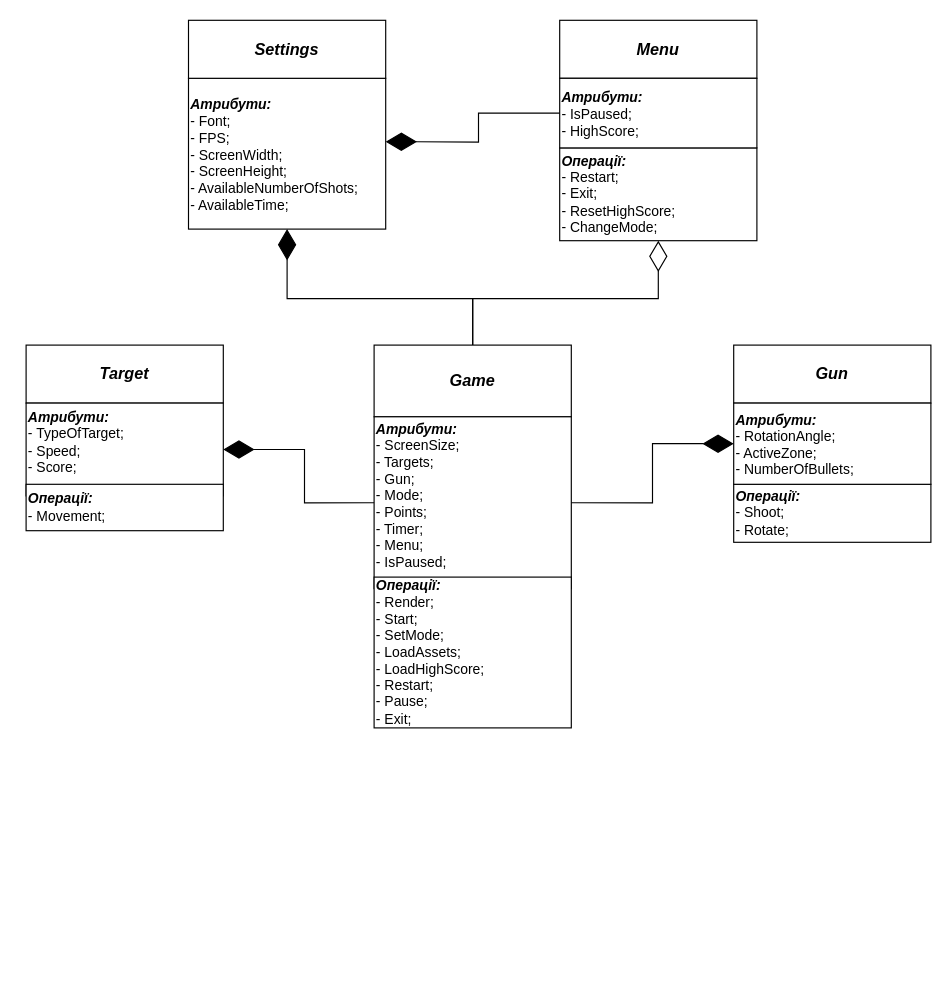
The draw.io diagram class-diagram.drawio in hqshe/DuckHunt_Diagrams, before the edit. Source tidied: cells renumbered, new cells numbered last; positions are measured from the earlier drawing's top-left corner, leaving out a move shared by most shapes. Both pictures are drawn from the tidied source at 116%, with x=0, y=0 at pixel (26, 20).
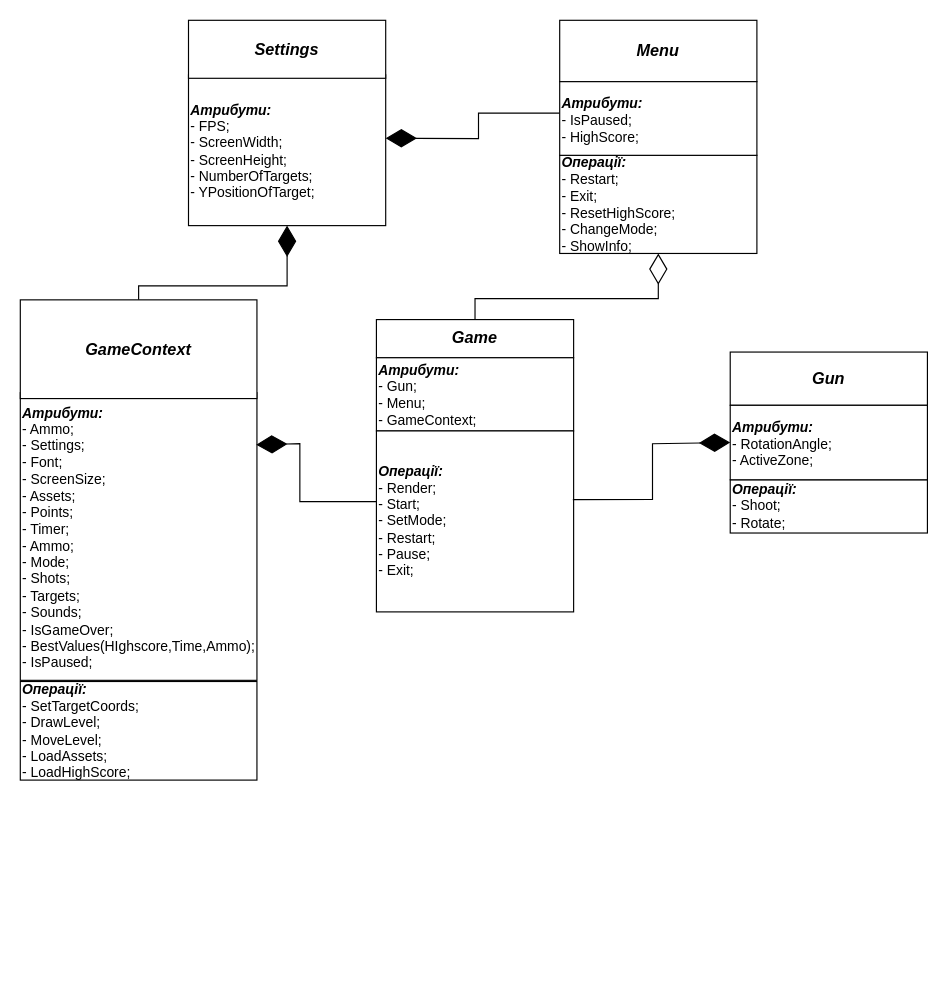
The same page after the edit.

The change refers to these unchanged cells:
```xml
<mxCell id="20" style="group;" parent="1" vertex="1">
  <mxGeometry x="140" width="170" height="200" as="geometry" />
</mxCell>
```

Diff of the diagram source:
```diff
@@
-    <mxCell id="2" style="group;" parent="1" vertex="1">
-      <mxGeometry y="280" width="170" height="160" as="geometry" />
-    </mxCell>
-    <mxCell id="3" style="group;" parent="2" vertex="1">
-      <mxGeometry width="170" height="140" as="geometry" />
-    </mxCell>
-    <mxCell id="4" value="&lt;i&gt;&lt;b&gt;&lt;font style=&quot;font-size: 14px;&quot;&gt;Target&lt;/font&gt;&lt;/b&gt;&lt;/i&gt;" style="rounded=0;whiteSpace=wrap;html=1;" parent="3" vertex="1">
-      <mxGeometry width="170" height="50" as="geometry" />
-    </mxCell>
-    <mxCell id="5" value="&lt;div style=&quot;&quot;&gt;&lt;b style=&quot;background-color: initial; font-style: italic;&quot;&gt;&lt;br&gt;&lt;/b&gt;&lt;/div&gt;&lt;div style=&quot;&quot;&gt;&lt;b style=&quot;background-color: initial; font-style: italic;&quot;&gt;Атрибути:&lt;/b&gt;&lt;/div&gt;&lt;div style=&quot;&quot;&gt;&lt;span style=&quot;background-color: initial;&quot;&gt;-&amp;nbsp;&lt;/span&gt;&lt;font style=&quot;background-color: initial;&quot;&gt;&lt;span style=&quot;text-indent: -25.2pt; background-color: initial;&quot;&gt;TypeOfTarget&lt;/span&gt;&lt;span style=&quot;text-indent: -25.2pt; background-color: initial;&quot; lang=&quot;EN-US&quot;&gt;;&lt;/span&gt;&lt;/font&gt;&lt;/div&gt;&lt;font style=&quot;font-size: 12px;&quot;&gt;&lt;div style=&quot;&quot;&gt;&lt;span style=&quot;background-color: initial; text-indent: -25.2pt;&quot;&gt;- Speed;&lt;/span&gt;&lt;/div&gt;&lt;div style=&quot;&quot;&gt;&lt;span style=&quot;background-color: initial; text-indent: -25.2pt;&quot;&gt;- Score;&lt;/span&gt;&lt;/div&gt;&lt;div style=&quot;&quot;&gt;&lt;span style=&quot;background-color: initial; text-indent: -25.2pt;&quot;&gt;&lt;br&gt;&lt;/span&gt;&lt;/div&gt;&lt;/font&gt;&lt;p class=&quot;MsoListParagraph&quot;&gt;&lt;/p&gt;" style="rounded=0;whiteSpace=wrap;html=1;align=left;" parent="3" vertex="1">
-      <mxGeometry y="50" width="170" height="80" as="geometry" />
-    </mxCell>
-    <mxCell id="6" value="&lt;i style=&quot;font-weight: bold;&quot;&gt;Операції:&lt;/i&gt;&lt;br&gt;- Movement;" style="rounded=0;whiteSpace=wrap;html=1;align=left;" parent="2" vertex="1">
-      <mxGeometry y="120" width="170" height="40" as="geometry" />
-    </mxCell>
     <mxCell id="7" style="group;" parent="1" vertex="1">
-      <mxGeometry x="610" y="280" width="170" height="170" as="geometry" />
+      <mxGeometry x="607" y="286" width="170" height="156" as="geometry" />
     </mxCell>
     <mxCell id="8" value="&lt;i style=&quot;font-weight: bold;&quot;&gt;Операції:&lt;/i&gt;&lt;br&gt;- Shoot;&lt;br&gt;- Rotate;" style="rounded=0;whiteSpace=wrap;html=1;align=left;" parent="7" vertex="1">
-      <mxGeometry y="120" width="170" height="50" as="geometry" />
+      <mxGeometry y="110.1" width="170" height="45.9" as="geometry" />
     </mxCell>
     <mxCell id="9" value="&lt;span style=&quot;font-size: 14px;&quot;&gt;&lt;b&gt;&lt;i&gt;Gun&lt;/i&gt;&lt;/b&gt;&lt;/span&gt;" style="rounded=0;whiteSpace=wrap;html=1;" parent="7" vertex="1">
-      <mxGeometry width="170" height="50" as="geometry" />
+      <mxGeometry width="170" height="45.9" as="geometry" />
     </mxCell>
-    <mxCell id="10" value="&lt;div style=&quot;&quot;&gt;&lt;b style=&quot;background-color: initial; font-style: italic;&quot;&gt;&lt;br&gt;&lt;/b&gt;&lt;/div&gt;&lt;div style=&quot;&quot;&gt;&lt;b style=&quot;background-color: initial; font-style: italic;&quot;&gt;Атрибути:&lt;/b&gt;&lt;/div&gt;&lt;div style=&quot;&quot;&gt;&lt;span style=&quot;background-color: initial;&quot;&gt;-&amp;nbsp;&lt;/span&gt;&lt;font style=&quot;background-color: initial;&quot;&gt;&lt;span style=&quot;text-indent: -25.2pt; background-color: initial;&quot;&gt;RotationAngle&lt;/span&gt;&lt;span style=&quot;text-indent: -25.2pt; background-color: initial;&quot; lang=&quot;EN-US&quot;&gt;;&lt;/span&gt;&lt;/font&gt;&lt;/div&gt;&lt;font style=&quot;font-size: 12px;&quot;&gt;&lt;div style=&quot;&quot;&gt;&lt;span style=&quot;background-color: initial; text-indent: -25.2pt;&quot;&gt;- ActiveZone;&lt;/span&gt;&lt;/div&gt;&lt;div style=&quot;&quot;&gt;&lt;span style=&quot;background-color: initial; text-indent: -25.2pt;&quot;&gt;- NumberOfBullets;&lt;/span&gt;&lt;/div&gt;&lt;/font&gt;&lt;p class=&quot;MsoListParagraph&quot;&gt;&lt;/p&gt;" style="rounded=0;whiteSpace=wrap;html=1;align=left;" parent="7" vertex="1">
-      <mxGeometry y="50" width="170" height="70" as="geometry" />
+    <mxCell id="10" value="&lt;div style=&quot;&quot;&gt;&lt;b style=&quot;background-color: initial; font-style: italic;&quot;&gt;&lt;br&gt;&lt;/b&gt;&lt;/div&gt;&lt;div style=&quot;&quot;&gt;&lt;b style=&quot;background-color: initial; font-style: italic;&quot;&gt;Атрибути:&lt;/b&gt;&lt;/div&gt;&lt;div style=&quot;&quot;&gt;&lt;span style=&quot;background-color: initial;&quot;&gt;-&amp;nbsp;&lt;/span&gt;&lt;font style=&quot;background-color: initial;&quot;&gt;&lt;span style=&quot;text-indent: -25.2pt; background-color: initial;&quot;&gt;RotationAngle&lt;/span&gt;&lt;span style=&quot;text-indent: -25.2pt; background-color: initial;&quot; lang=&quot;EN-US&quot;&gt;;&lt;/span&gt;&lt;/font&gt;&lt;/div&gt;&lt;font style=&quot;font-size: 12px;&quot;&gt;&lt;div style=&quot;&quot;&gt;&lt;span style=&quot;background-color: initial; text-indent: -25.2pt;&quot;&gt;- ActiveZone;&lt;/span&gt;&lt;/div&gt;&lt;/font&gt;&lt;p class=&quot;MsoListParagraph&quot;&gt;&lt;/p&gt;" style="rounded=0;whiteSpace=wrap;html=1;align=left;" parent="7" vertex="1">
+      <mxGeometry y="45.9" width="170" height="64.2" as="geometry" />
     </mxCell>
     <mxCell id="11" style="group;" parent="1" vertex="1">
-      <mxGeometry x="460" width="170" height="190" as="geometry" />
+      <mxGeometry x="460" width="170" height="201" as="geometry" />
     </mxCell>
-    <mxCell id="12" value="&lt;i style=&quot;font-weight: bold;&quot;&gt;Операції:&lt;/i&gt;&lt;br&gt;- Restart;&lt;br&gt;- Exit;&lt;br&gt;- ResetHighScore;&lt;br&gt;- ChangeMode;" style="rounded=0;whiteSpace=wrap;html=1;align=left;" parent="11" vertex="1">
-      <mxGeometry y="110" width="170" height="80" as="geometry" />
+    <mxCell id="12" value="&lt;i style=&quot;font-weight: bold;&quot;&gt;Операції:&lt;/i&gt;&lt;br&gt;- Restart;&lt;br&gt;- Exit;&lt;br&gt;- ResetHighScore;&lt;br&gt;- ChangeMode;&lt;div&gt;- ShowInfo;&lt;/div&gt;" style="rounded=0;whiteSpace=wrap;html=1;align=left;" parent="11" vertex="1">
+      <mxGeometry y="116.4" width="170" height="84.6" as="geometry" />
     </mxCell>
     <mxCell id="13" value="&lt;span style=&quot;font-size: 14px;&quot;&gt;&lt;b&gt;&lt;i&gt;Menu&lt;/i&gt;&lt;/b&gt;&lt;/span&gt;" style="rounded=0;whiteSpace=wrap;html=1;" parent="11" vertex="1">
-      <mxGeometry width="170" height="50" as="geometry" />
+      <mxGeometry width="170" height="52.9" as="geometry" />
     </mxCell>
     <mxCell id="14" value="&lt;div style=&quot;&quot;&gt;&lt;b style=&quot;background-color: initial; font-style: italic;&quot;&gt;&lt;br&gt;&lt;/b&gt;&lt;/div&gt;&lt;div style=&quot;&quot;&gt;&lt;b style=&quot;background-color: initial; font-style: italic;&quot;&gt;Атрибути:&lt;/b&gt;&lt;/div&gt;&lt;div style=&quot;&quot;&gt;&lt;span style=&quot;background-color: initial;&quot;&gt;- IsPaused&lt;/span&gt;&lt;font style=&quot;background-color: initial;&quot;&gt;&lt;span style=&quot;text-indent: -25.2pt; background-color: initial;&quot; lang=&quot;EN-US&quot;&gt;;&lt;/span&gt;&lt;/font&gt;&lt;/div&gt;&lt;font style=&quot;font-size: 12px;&quot;&gt;&lt;div style=&quot;&quot;&gt;&lt;span style=&quot;background-color: initial; text-indent: -25.2pt;&quot;&gt;- HighScore;&lt;/span&gt;&lt;/div&gt;&lt;/font&gt;&lt;p class=&quot;MsoListParagraph&quot;&gt;&lt;/p&gt;" style="rounded=0;whiteSpace=wrap;html=1;align=left;" parent="11" vertex="1">
-      <mxGeometry y="50" width="170" height="60" as="geometry" />
+      <mxGeometry y="52.9" width="170" height="63.5" as="geometry" />
     </mxCell>
     <mxCell id="15" style="group;" parent="1" vertex="1">
-      <mxGeometry x="300" y="280" width="170" height="330" as="geometry" />
+      <mxGeometry x="302" y="258" width="170" height="252" as="geometry" />
     </mxCell>
     <mxCell id="16" style="group;" parent="15" vertex="1">
-      <mxGeometry width="170" height="210" as="geometry" />
+      <mxGeometry width="170" height="116" as="geometry" />
     </mxCell>
     <mxCell id="17" value="&lt;span style=&quot;font-size: 14px;&quot;&gt;&lt;b&gt;&lt;i&gt;Game&lt;/i&gt;&lt;/b&gt;&lt;/span&gt;" style="rounded=0;whiteSpace=wrap;html=1;" parent="16" vertex="1">
-      <mxGeometry width="170" height="61.8" as="geometry" />
+      <mxGeometry width="170" height="32.9" as="geometry" />
     </mxCell>
-    <mxCell id="18" value="&lt;div style=&quot;&quot;&gt;&lt;b style=&quot;background-color: initial; font-style: italic;&quot;&gt;&lt;br&gt;&lt;/b&gt;&lt;/div&gt;&lt;div style=&quot;&quot;&gt;&lt;b style=&quot;background-color: initial; font-style: italic;&quot;&gt;Атрибути:&lt;/b&gt;&lt;/div&gt;&lt;div style=&quot;&quot;&gt;&lt;span style=&quot;background-color: initial;&quot;&gt;- ScreenSize;&lt;/span&gt;&lt;/div&gt;&lt;div style=&quot;&quot;&gt;&lt;span style=&quot;background-color: initial;&quot;&gt;- Targets&lt;/span&gt;&lt;font style=&quot;background-color: initial;&quot;&gt;&lt;span style=&quot;text-indent: -25.2pt; background-color: initial;&quot; lang=&quot;EN-US&quot;&gt;;&lt;/span&gt;&lt;/font&gt;&lt;/div&gt;&lt;font style=&quot;font-size: 12px;&quot;&gt;&lt;div style=&quot;&quot;&gt;&lt;span style=&quot;background-color: initial; text-indent: -25.2pt;&quot;&gt;- Gun;&lt;/span&gt;&lt;/div&gt;&lt;div style=&quot;&quot;&gt;&lt;span style=&quot;background-color: initial; text-indent: -25.2pt;&quot;&gt;- Mode;&lt;/span&gt;&lt;/div&gt;&lt;div style=&quot;&quot;&gt;&lt;span style=&quot;background-color: initial; text-indent: -25.2pt;&quot;&gt;- Points;&lt;/span&gt;&lt;/div&gt;&lt;div style=&quot;&quot;&gt;&lt;span style=&quot;background-color: initial; text-indent: -25.2pt;&quot;&gt;- Timer;&lt;/span&gt;&lt;/div&gt;&lt;div style=&quot;&quot;&gt;&lt;span style=&quot;background-color: initial; text-indent: -25.2pt;&quot;&gt;- Menu;&lt;/span&gt;&lt;/div&gt;&lt;div style=&quot;&quot;&gt;&lt;span style=&quot;background-color: initial; text-indent: -25.2pt;&quot;&gt;- IsPaused;&lt;/span&gt;&lt;br&gt;&lt;/div&gt;&lt;div style=&quot;&quot;&gt;&lt;span style=&quot;background-color: initial; text-indent: -25.2pt;&quot;&gt;&lt;br&gt;&lt;/span&gt;&lt;/div&gt;&lt;/font&gt;&lt;p class=&quot;MsoListParagraph&quot;&gt;&lt;/p&gt;" style="rounded=0;whiteSpace=wrap;html=1;align=left;" parent="16" vertex="1">
-      <mxGeometry y="61.8" width="170" height="148.2" as="geometry" />
+    <mxCell id="18" value="&lt;div style=&quot;&quot;&gt;&lt;b style=&quot;background-color: initial; font-style: italic;&quot;&gt;&lt;br&gt;&lt;/b&gt;&lt;/div&gt;&lt;div style=&quot;&quot;&gt;&lt;b style=&quot;background-color: initial; font-style: italic;&quot;&gt;Атрибути:&lt;/b&gt;&lt;/div&gt;&lt;font style=&quot;font-size: 12px;&quot;&gt;&lt;div style=&quot;&quot;&gt;&lt;span style=&quot;background-color: initial; text-indent: -25.2pt;&quot;&gt;- Gun;&lt;/span&gt;&lt;/div&gt;&lt;div style=&quot;&quot;&gt;&lt;span style=&quot;background-color: initial; text-indent: -25.2pt;&quot;&gt;- Menu;&lt;/span&gt;&lt;/div&gt;&lt;div style=&quot;&quot;&gt;&lt;span style=&quot;background-color: initial; text-indent: -25.2pt;&quot;&gt;- GameContext;&lt;/span&gt;&lt;/div&gt;&lt;/font&gt;&lt;p class=&quot;MsoListParagraph&quot;&gt;&lt;/p&gt;" style="rounded=0;whiteSpace=wrap;html=1;align=left;" parent="16" vertex="1">
+      <mxGeometry y="32.9" width="170" height="63.1" as="geometry" />
     </mxCell>
-    <mxCell id="19" value="&lt;i style=&quot;font-weight: bold;&quot;&gt;Операції:&lt;br&gt;&lt;/i&gt;- Render;&lt;br&gt;- Start;&lt;br&gt;- SetMode;&lt;br&gt;- LoadAssets;&lt;br&gt;- LoadHighScore;&lt;br&gt;- Restart;&lt;br&gt;- Pause;&lt;br&gt;- Exit;" style="rounded=0;whiteSpace=wrap;html=1;align=left;" parent="15" vertex="1">
-      <mxGeometry y="200" width="170" height="130" as="geometry" />
+    <mxCell id="19" value="&lt;i style=&quot;font-weight: bold;&quot;&gt;Операції:&lt;br&gt;&lt;/i&gt;- Render;&lt;br&gt;- Start;&lt;br&gt;- SetMode;&lt;br&gt;- Restart;&lt;br&gt;- Pause;&lt;br&gt;- Exit;" style="rounded=0;whiteSpace=wrap;html=1;align=left;" parent="15" vertex="1">
+      <mxGeometry y="96" width="170" height="156" as="geometry" />
     </mxCell>
@@
-    <mxCell id="21" value="&lt;div style=&quot;&quot;&gt;&lt;b style=&quot;background-color: initial; font-style: italic;&quot;&gt;&lt;br&gt;&lt;/b&gt;&lt;/div&gt;&lt;div style=&quot;&quot;&gt;&lt;b style=&quot;background-color: initial; font-style: italic;&quot;&gt;Атрибути:&lt;/b&gt;&lt;/div&gt;&lt;div style=&quot;&quot;&gt;&lt;span style=&quot;background-color: initial;&quot;&gt;- Font&lt;/span&gt;&lt;font style=&quot;background-color: initial;&quot;&gt;&lt;span style=&quot;text-indent: -25.2pt; background-color: initial;&quot; lang=&quot;EN-US&quot;&gt;;&lt;/span&gt;&lt;/font&gt;&lt;/div&gt;&lt;font style=&quot;font-size: 12px;&quot;&gt;&lt;div style=&quot;&quot;&gt;&lt;span style=&quot;background-color: initial; text-indent: -25.2pt;&quot;&gt;- FPS;&lt;/span&gt;&lt;/div&gt;&lt;div style=&quot;&quot;&gt;&lt;span style=&quot;background-color: initial; text-indent: -25.2pt;&quot;&gt;- ScreenWidth;&lt;/span&gt;&lt;/div&gt;&lt;div style=&quot;&quot;&gt;&lt;span style=&quot;background-color: initial; text-indent: -25.2pt;&quot;&gt;- ScreenHeight;&lt;/span&gt;&lt;/div&gt;&lt;div style=&quot;&quot;&gt;&lt;span style=&quot;background-color: initial; text-indent: -25.2pt;&quot;&gt;- AvailableNumberOfShots;&lt;/span&gt;&lt;/div&gt;&lt;div style=&quot;&quot;&gt;&lt;span style=&quot;background-color: initial; text-indent: -25.2pt;&quot;&gt;- AvailableTime;&lt;/span&gt;&lt;/div&gt;&lt;/font&gt;&lt;p class=&quot;MsoListParagraph&quot;&gt;&lt;/p&gt;" style="rounded=0;whiteSpace=wrap;html=1;align=left;" parent="20" vertex="1">
-      <mxGeometry y="50" width="170" height="130" as="geometry" />
+    <mxCell id="21" value="&lt;div style=&quot;&quot;&gt;&lt;b style=&quot;background-color: initial; font-style: italic;&quot;&gt;&lt;br&gt;&lt;/b&gt;&lt;/div&gt;&lt;div style=&quot;&quot;&gt;&lt;b style=&quot;background-color: initial; font-style: italic;&quot;&gt;Атрибути:&lt;/b&gt;&lt;/div&gt;&lt;font style=&quot;font-size: 12px;&quot;&gt;&lt;div style=&quot;&quot;&gt;&lt;span style=&quot;background-color: initial; text-indent: -25.2pt;&quot;&gt;- FPS;&lt;/span&gt;&lt;/div&gt;&lt;div style=&quot;&quot;&gt;&lt;span style=&quot;background-color: initial; text-indent: -25.2pt;&quot;&gt;- ScreenWidth;&lt;/span&gt;&lt;/div&gt;&lt;div style=&quot;&quot;&gt;&lt;span style=&quot;background-color: initial; text-indent: -25.2pt;&quot;&gt;- ScreenHeight;&lt;/span&gt;&lt;/div&gt;&lt;div style=&quot;&quot;&gt;&lt;span style=&quot;background-color: initial; text-indent: -25.2pt;&quot;&gt;- NumberOfTargets;&lt;br&gt;&lt;/span&gt;&lt;/div&gt;&lt;div style=&quot;&quot;&gt;&lt;span style=&quot;background-color: initial; text-indent: -25.2pt;&quot;&gt;- YPositionOfTarget;&lt;/span&gt;&lt;/div&gt;&lt;/font&gt;&lt;p class=&quot;MsoListParagraph&quot;&gt;&lt;/p&gt;" style="rounded=0;whiteSpace=wrap;html=1;align=left;" parent="20" vertex="1">
+      <mxGeometry y="47" width="170" height="130" as="geometry" />
     </mxCell>
@@
-    <mxCell id="23" style="endArrow=diamondThin;endFill=1;endSize=24;html=1;rounded=0;exitX=0.5;exitY=0;exitDx=0;exitDy=0;entryX=0.5;entryY=1;entryDx=0;entryDy=0;" parent="1" edge="1" source="17" target="21">
+    <mxCell id="23" style="endArrow=diamondThin;endFill=1;endSize=24;html=1;rounded=0;exitX=0.5;exitY=0;exitDx=0;exitDy=0;entryX=0.5;entryY=1;entryDx=0;entryDy=0;" parent="1" edge="1" source="30" target="21">
       <mxGeometry relative="1" as="geometry">
         <Array as="points">
-          <mxPoint x="385" y="240" />
-          <mxPoint x="225" y="240" />
+          <mxPoint x="97" y="229" />
+          <mxPoint x="225" y="229" />
         </Array>
       </mxGeometry>
     </mxCell>
-    <mxCell id="24" style="endArrow=diamondThin;endFill=1;endSize=24;html=1;rounded=0;exitX=0;exitY=0.5;exitDx=0;exitDy=0;entryX=1;entryY=0.5;entryDx=0;entryDy=0;" parent="1" edge="1" source="18" target="5">
-      <mxGeometry relative="1" as="geometry">
-        <Array as="points">
-          <mxPoint x="240" y="416" />
-          <mxPoint x="240" y="370" />
-        </Array>
-      </mxGeometry>
-    </mxCell>
-    <mxCell id="25" style="endArrow=diamondThin;endFill=1;endSize=24;html=1;rounded=0;exitX=1;exitY=0.5;exitDx=0;exitDy=0;entryX=0;entryY=0.5;entryDx=0;entryDy=0;" parent="1" edge="1" source="18" target="10">
+    <mxCell id="25" style="endArrow=diamondThin;endFill=1;endSize=24;html=1;rounded=0;exitX=0.996;exitY=0.38;exitDx=0;exitDy=0;entryX=0;entryY=0.5;entryDx=0;entryDy=0;exitPerimeter=0;" parent="1" edge="1" source="19" target="10">
       <mxGeometry relative="1" as="geometry">
         <Array as="points">
-          <mxPoint x="540" y="416" />
+          <mxPoint x="540" y="413" />
           <mxPoint x="540" y="365" />
         </Array>
       </mxGeometry>
     </mxCell>
     <mxCell id="26" style="endArrow=diamondThin;endFill=0;endSize=24;html=1;rounded=0;exitX=0.5;exitY=0;exitDx=0;exitDy=0;entryX=0.5;entryY=1;entryDx=0;entryDy=0;" parent="1" edge="1" source="17" target="12">
       <mxGeometry relative="1" as="geometry">
         <Array as="points">
-          <mxPoint x="385" y="240" />
+          <mxPoint x="387" y="240" />
           <mxPoint x="545" y="240" />
         </Array>
       </mxGeometry>
     </mxCell>
-    <mxCell id="27" style="endArrow=diamondThin;endFill=1;endSize=24;html=1;rounded=0;exitX=0;exitY=0.5;exitDx=0;exitDy=0;entryX=1;entryY=0.42;entryDx=0;entryDy=0;entryPerimeter=0;" parent="1" edge="1" source="14" target="21">
+    <mxCell id="27" style="endArrow=diamondThin;endFill=1;endSize=24;html=1;rounded=0;entryX=1;entryY=0.42;entryDx=0;entryDy=0;entryPerimeter=0;exitX=-0.001;exitY=0.427;exitDx=0;exitDy=0;exitPerimeter=0;" parent="1" edge="1" source="14" target="21">
       <mxGeometry relative="1" as="geometry">
         <Array as="points">
           <mxPoint x="390" y="80" />
-          <mxPoint x="390" y="105" />
+          <mxPoint x="390" y="102" />
         </Array>
       </mxGeometry>
     </mxCell>
+    <mxCell id="28" style="group;" parent="1" vertex="1">
+      <mxGeometry x="-5" y="241" width="204" height="571" as="geometry" />
+    </mxCell>
+    <mxCell id="29" value="&lt;div style=&quot;&quot;&gt;&lt;b style=&quot;background-color: initial; font-style: italic;&quot;&gt;&lt;br&gt;&lt;/b&gt;&lt;/div&gt;&lt;div style=&quot;&quot;&gt;&lt;b style=&quot;background-color: initial; font-style: italic;&quot;&gt;Атрибути:&lt;/b&gt;&lt;/div&gt;&lt;font style=&quot;font-size: 12px;&quot;&gt;&lt;div style=&quot;&quot;&gt;&lt;span style=&quot;background-color: initial; text-indent: -25.2pt;&quot;&gt;- Ammo;&lt;/span&gt;&lt;/div&gt;&lt;div style=&quot;&quot;&gt;&lt;span style=&quot;background-color: initial; text-indent: -25.2pt;&quot;&gt;- Settings;&lt;/span&gt;&lt;/div&gt;&lt;div style=&quot;&quot;&gt;&lt;span style=&quot;background-color: initial; text-indent: -25.2pt;&quot;&gt;- Font;&lt;/span&gt;&lt;/div&gt;&lt;div style=&quot;&quot;&gt;&lt;span style=&quot;background-color: initial; text-indent: -25.2pt;&quot;&gt;- ScreenSize;&lt;/span&gt;&lt;/div&gt;&lt;div style=&quot;&quot;&gt;- Assets;&lt;/div&gt;&lt;div style=&quot;&quot;&gt;- Points;&lt;/div&gt;&lt;div style=&quot;&quot;&gt;- Timer;&lt;br&gt;- Ammo;&lt;/div&gt;&lt;div style=&quot;&quot;&gt;- Mode;&lt;/div&gt;&lt;div style=&quot;&quot;&gt;- Shots;&lt;/div&gt;&lt;div style=&quot;&quot;&gt;- Targets;&lt;/div&gt;&lt;div style=&quot;&quot;&gt;- Sounds;&lt;/div&gt;&lt;div style=&quot;&quot;&gt;- IsGameOver;&lt;/div&gt;&lt;div style=&quot;&quot;&gt;- BestValues(HIghscore,Time,Ammo);&lt;/div&gt;&lt;div style=&quot;&quot;&gt;- IsPaused;&lt;/div&gt;&lt;/font&gt;&lt;p class=&quot;MsoListParagraph&quot;&gt;&lt;/p&gt;" style="rounded=0;whiteSpace=wrap;html=1;align=left;" parent="28" vertex="1">
+      <mxGeometry y="80" width="204" height="248" as="geometry" />
+    </mxCell>
+    <mxCell id="30" value="&lt;span style=&quot;font-size: 14px;&quot;&gt;&lt;b&gt;&lt;i&gt;GameContext&lt;/i&gt;&lt;/b&gt;&lt;/span&gt;" style="rounded=0;whiteSpace=wrap;html=1;" parent="28" vertex="1">
+      <mxGeometry width="204" height="85.1" as="geometry" />
+    </mxCell>
+    <mxCell id="31" value="&lt;i style=&quot;font-weight: bold;&quot;&gt;Операції:&lt;br&gt;&lt;/i&gt;- SetTargetCoords;&lt;div&gt;- DrawLevel;&lt;/div&gt;&lt;div&gt;- MoveLevel;&lt;br&gt;- LoadAssets;&lt;br&gt;- LoadHighScore;&lt;br&gt;&lt;/div&gt;" style="rounded=0;whiteSpace=wrap;html=1;align=left;" parent="28" vertex="1">
+      <mxGeometry y="329" width="204" height="85" as="geometry" />
+    </mxCell>
+    <mxCell id="32" style="endArrow=diamondThin;endFill=1;endSize=24;html=1;rounded=0;exitX=0.001;exitY=0.391;exitDx=0;exitDy=0;entryX=0.997;entryY=0.181;entryDx=0;entryDy=0;entryPerimeter=0;exitPerimeter=0;" parent="1" edge="1" source="19" target="29">
+      <mxGeometry relative="1" as="geometry">
+        <Array as="points">
+          <mxPoint x="236" y="415" />
+          <mxPoint x="236" y="365" />
+        </Array>
+      </mxGeometry>
+    </mxCell>
```
